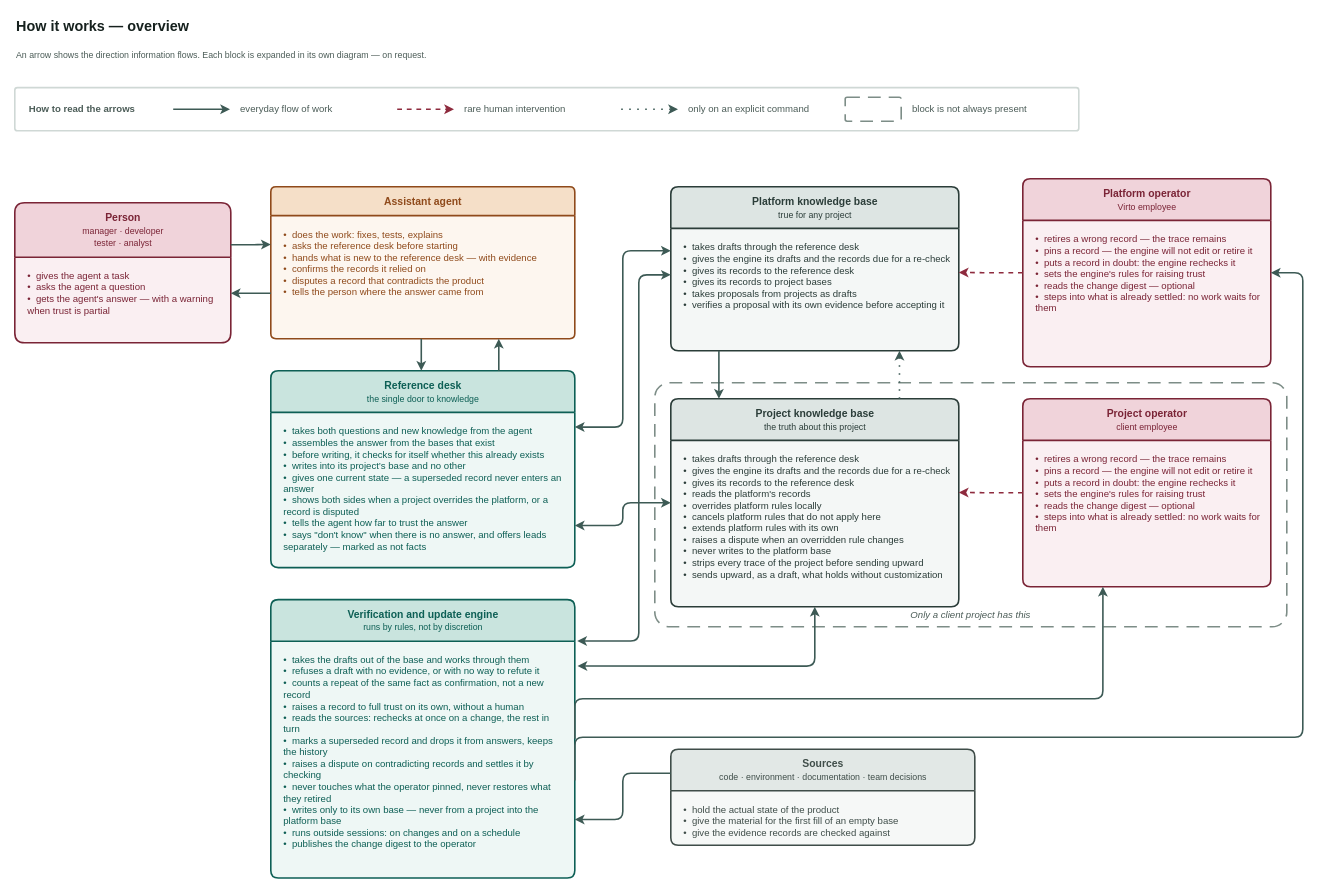
This is page "Overview" (1 of 4) of docs/adr/adr-knowledge-base-v3-overview.drawio from VirtoCommerce/ai-tools, a draw.io file, before an edit. Source tidied: cells renumbered, new cells numbered last; positions are measured from the earlier drawing's top-left corner, leaving out a move shared by most shapes. Both pictures are drawn from the tidied source at 80%, with x=0, y=0 at pixel (14, 14).
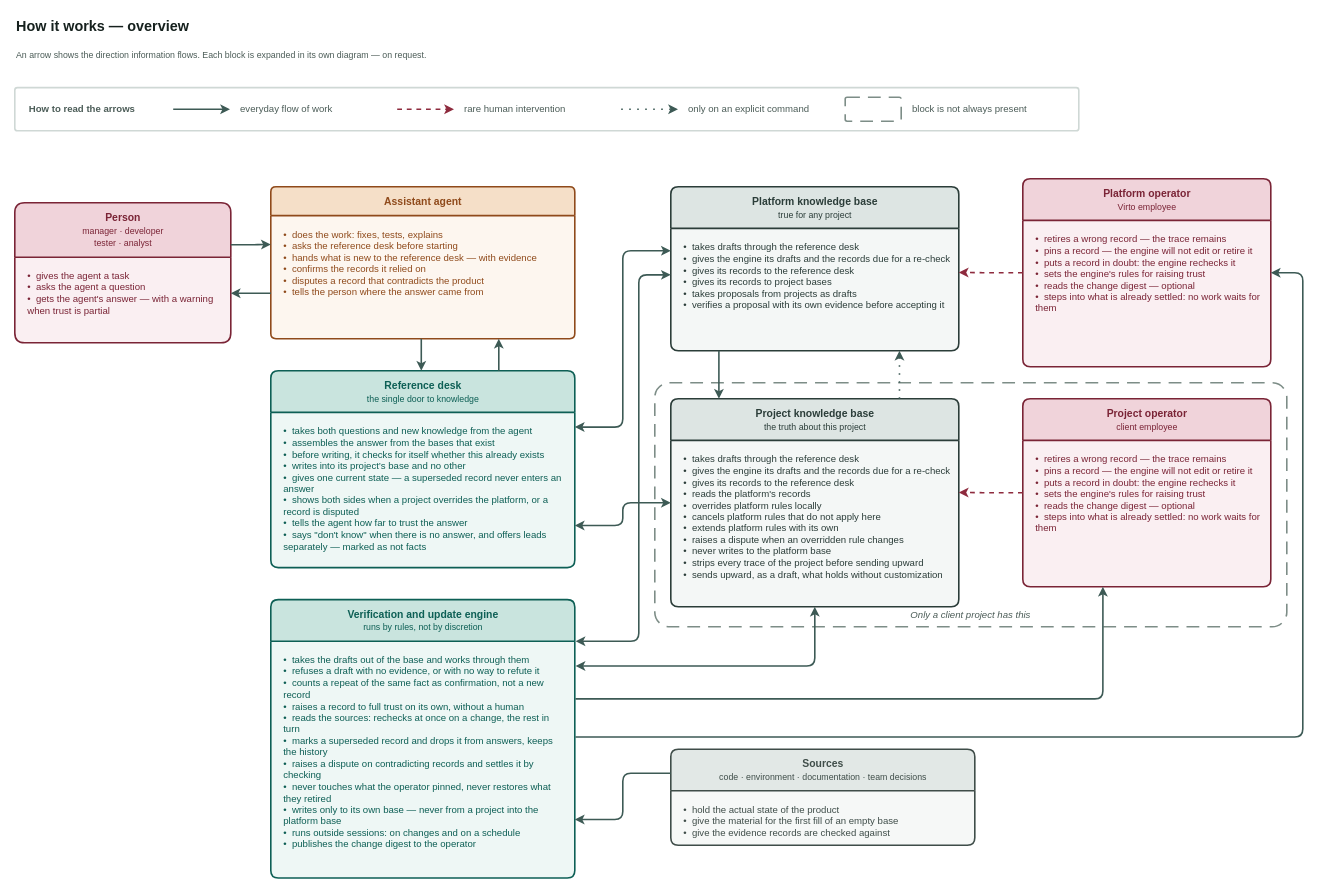
Above is the later version.

Commit message:
docs(adr): kb v3 — republish after the operator's own edits to the Russian source (VCST-5776)

Two engine→base connectors were adjusted by hand in the editor; the English
copy is regenerated from that state so the two do not drift.

Unchanged cells that the change refers to:
```xml
<mxCell id="26" value="Platform knowledge base&lt;br&gt;&lt;span style=&quot;font-size:11px;font-weight:normal&quot;&gt;true for any project&lt;/span&gt;" style="swimlane;html=1;rounded=1;arcSize=6;startSize=52;horizontal=1;fillColor=#dde5e3;swimlaneFillColor=#f4f7f6;strokeColor=#2b3d39;fontColor=#2b3d39;fontSize=13;fontStyle=1;align=center;verticalAlign=middle;strokeWidth=2;fontFamily=Helvetica;" parent="1" vertex="1">
  <mxGeometry x="820" y="216" width="360" height="205" as="geometry" />
</mxCell>
<mxCell id="28" value="Project knowledge base&lt;br&gt;&lt;span style=&quot;font-size:11px;font-weight:normal&quot;&gt;the truth about this project&lt;/span&gt;" style="swimlane;html=1;rounded=1;arcSize=6;startSize=52;horizontal=1;fillColor=#dde5e3;swimlaneFillColor=#f4f7f6;strokeColor=#2b3d39;fontColor=#2b3d39;fontSize=13;fontStyle=1;align=center;verticalAlign=middle;strokeWidth=2;fontFamily=Helvetica;" parent="1" vertex="1">
  <mxGeometry x="820" y="481" width="360" height="260" as="geometry" />
</mxCell>
<mxCell id="30" value="Verification and update engine&lt;br&gt;&lt;span style=&quot;font-size:11px;font-weight:normal&quot;&gt;runs by rules, not by discretion&lt;/span&gt;" style="swimlane;html=1;rounded=1;arcSize=6;startSize=52;horizontal=1;fillColor=#c9e4de;swimlaneFillColor=#eef7f5;strokeColor=#0d5f55;fontColor=#0d5f55;fontSize=13;fontStyle=1;align=center;verticalAlign=middle;strokeWidth=2;fontFamily=Helvetica;" parent="1" vertex="1">
  <mxGeometry x="320" y="732" width="380" height="348" as="geometry" />
</mxCell>
<mxCell id="31" value="•&amp;nbsp; takes the drafts out of the base and works through them&lt;br&gt;•&amp;nbsp; refuses a draft with no evidence, or with no way to refute it&lt;br&gt;•&amp;nbsp; counts a repeat of the same fact as confirmation, not a new record&lt;br&gt;•&amp;nbsp; raises a record to full trust on its own, without a human&lt;br&gt;•&amp;nbsp; reads the sources: rechecks at once on a change, the rest in turn&lt;br&gt;•&amp;nbsp; marks a superseded record and drops it from answers, keeps the history&lt;br&gt;•&amp;nbsp; raises a dispute on contradicting records and settles it by checking&lt;br&gt;•&amp;nbsp; never touches what the operator pinned, never restores what they retired&lt;br&gt;•&amp;nbsp; writes only to its own base — never from a project into the platform base&lt;br&gt;•&amp;nbsp; runs outside sessions: on changes and on a schedule&lt;br&gt;•&amp;nbsp; publishes the change digest to the operator" style="text;html=1;align=left;verticalAlign=top;whiteSpace=wrap;spacingLeft=14;spacingTop=10;spacingRight=10;fontSize=12;fontColor=#0d5f55;fontFamily=Helvetica;" parent="30" vertex="1">
  <mxGeometry y="52" width="380" height="268" as="geometry" />
</mxCell>
<mxCell id="32" value="Platform operator&lt;br&gt;&lt;span style=&quot;font-size:11px;font-weight:normal&quot;&gt;Virto employee&lt;/span&gt;" style="swimlane;html=1;rounded=1;arcSize=6;startSize=52;horizontal=1;fillColor=#f0d3da;swimlaneFillColor=#faeff2;strokeColor=#7a2436;fontColor=#7a2436;fontSize=13;fontStyle=1;align=center;verticalAlign=middle;strokeWidth=2;fontFamily=Helvetica;" parent="1" vertex="1">
  <mxGeometry x="1260" y="206" width="310" height="235" as="geometry" />
</mxCell>
<mxCell id="34" value="Project operator&lt;br&gt;&lt;span style=&quot;font-size:11px;font-weight:normal&quot;&gt;client employee&lt;/span&gt;" style="swimlane;html=1;rounded=1;arcSize=6;startSize=52;horizontal=1;fillColor=#f0d3da;swimlaneFillColor=#faeff2;strokeColor=#7a2436;fontColor=#7a2436;fontSize=13;fontStyle=1;align=center;verticalAlign=middle;strokeWidth=2;fontFamily=Helvetica;" parent="1" vertex="1">
  <mxGeometry x="1260" y="481" width="310" height="235" as="geometry" />
</mxCell>
```

Change to the diagram source:
```diff
@@
-    <mxCell id="44" style="edgeStyle=orthogonalEdgeStyle;rounded=1;html=1;labelBackgroundColor=#ffffff;fontSize=12;strokeWidth=2;strokeColor=#3d5a55;fontColor=#2f3a37;fontFamily=Helvetica;exitX=1.008;exitY=-0.001;exitDx=0;exitDy=0;entryX=0;entryY=0.537;entryDx=0;entryDy=0;startArrow=classic;startFill=1;exitPerimeter=0;" parent="1" edge="1" source="31" target="26">
+    <mxCell id="44" style="edgeStyle=orthogonalEdgeStyle;rounded=1;html=1;labelBackgroundColor=#ffffff;fontSize=12;strokeWidth=2;strokeColor=#3d5a55;fontColor=#2f3a37;fontFamily=Helvetica;entryX=0;entryY=0.537;entryDx=0;entryDy=0;startArrow=classic;startFill=1;" parent="1" edge="1" target="26">
       <mxGeometry relative="1" as="geometry">
+        <mxPoint x="701" y="784" as="sourcePoint" />
         <Array as="points">
           <mxPoint x="780" y="784" />
           <mxPoint x="780" y="326" />
         </Array>
       </mxGeometry>
     </mxCell>
-    <mxCell id="45" style="edgeStyle=orthogonalEdgeStyle;rounded=1;html=1;labelBackgroundColor=#ffffff;fontSize=12;strokeWidth=2;strokeColor=#3d5a55;fontColor=#2f3a37;fontFamily=Helvetica;exitX=1.009;exitY=0.116;exitDx=0;exitDy=0;entryX=0.5;entryY=1;entryDx=0;entryDy=0;startArrow=classic;startFill=1;exitPerimeter=0;" parent="1" edge="1" source="31" target="28">
+    <mxCell id="45" style="edgeStyle=orthogonalEdgeStyle;rounded=1;html=1;labelBackgroundColor=#ffffff;fontSize=12;strokeWidth=2;strokeColor=#3d5a55;fontColor=#2f3a37;fontFamily=Helvetica;entryX=0.5;entryY=1;entryDx=0;entryDy=0;startArrow=classic;startFill=1;" parent="1" edge="1" target="28">
       <mxGeometry relative="1" as="geometry">
+        <mxPoint x="701" y="815" as="sourcePoint" />
         <Array as="points">
           <mxPoint x="1000" y="815" />
         </Array>
       </mxGeometry>
     </mxCell>
@@
-    <mxCell id="48" style="edgeStyle=orthogonalEdgeStyle;rounded=1;html=1;labelBackgroundColor=#ffffff;fontSize=12;strokeWidth=2;strokeColor=#3d5a55;fontColor=#2f3a37;fontFamily=Helvetica;exitX=1;exitY=0.5;exitDx=0;exitDy=0;entryX=0.323;entryY=1;entryDx=0;entryDy=0;" parent="1" edge="1" source="30" target="34">
+    <mxCell id="48" style="edgeStyle=orthogonalEdgeStyle;rounded=1;html=1;labelBackgroundColor=#ffffff;fontSize=12;strokeWidth=2;strokeColor=#3d5a55;fontColor=#2f3a37;fontFamily=Helvetica;exitX=1.002;exitY=0.269;exitDx=0;exitDy=0;entryX=0.323;entryY=1;entryDx=0;entryDy=0;exitPerimeter=0;" parent="1" edge="1" source="31" target="34">
       <mxGeometry relative="1" as="geometry">
         <Array as="points">
           <mxPoint x="1360" y="856" />
         </Array>
       </mxGeometry>
     </mxCell>
-    <mxCell id="49" style="edgeStyle=orthogonalEdgeStyle;rounded=1;html=1;labelBackgroundColor=#ffffff;fontSize=12;strokeWidth=2;strokeColor=#3d5a55;fontColor=#2f3a37;fontFamily=Helvetica;exitX=1;exitY=0.65;exitDx=0;exitDy=0;entryX=1;entryY=0.5;entryDx=0;entryDy=0;" parent="1" edge="1" source="30" target="32">
+    <mxCell id="49" style="edgeStyle=orthogonalEdgeStyle;rounded=1;html=1;labelBackgroundColor=#ffffff;fontSize=12;strokeWidth=2;strokeColor=#3d5a55;fontColor=#2f3a37;fontFamily=Helvetica;exitX=1.002;exitY=0.447;exitDx=0;exitDy=0;entryX=1;entryY=0.5;entryDx=0;entryDy=0;exitPerimeter=0;" parent="1" edge="1" source="31" target="32">
       <mxGeometry relative="1" as="geometry">
         <Array as="points">
           <mxPoint x="1610" y="904" />
-          <mxPoint x="1610" y="323" />
+          <mxPoint x="1610" y="324" />
         </Array>
       </mxGeometry>
     </mxCell>
```
